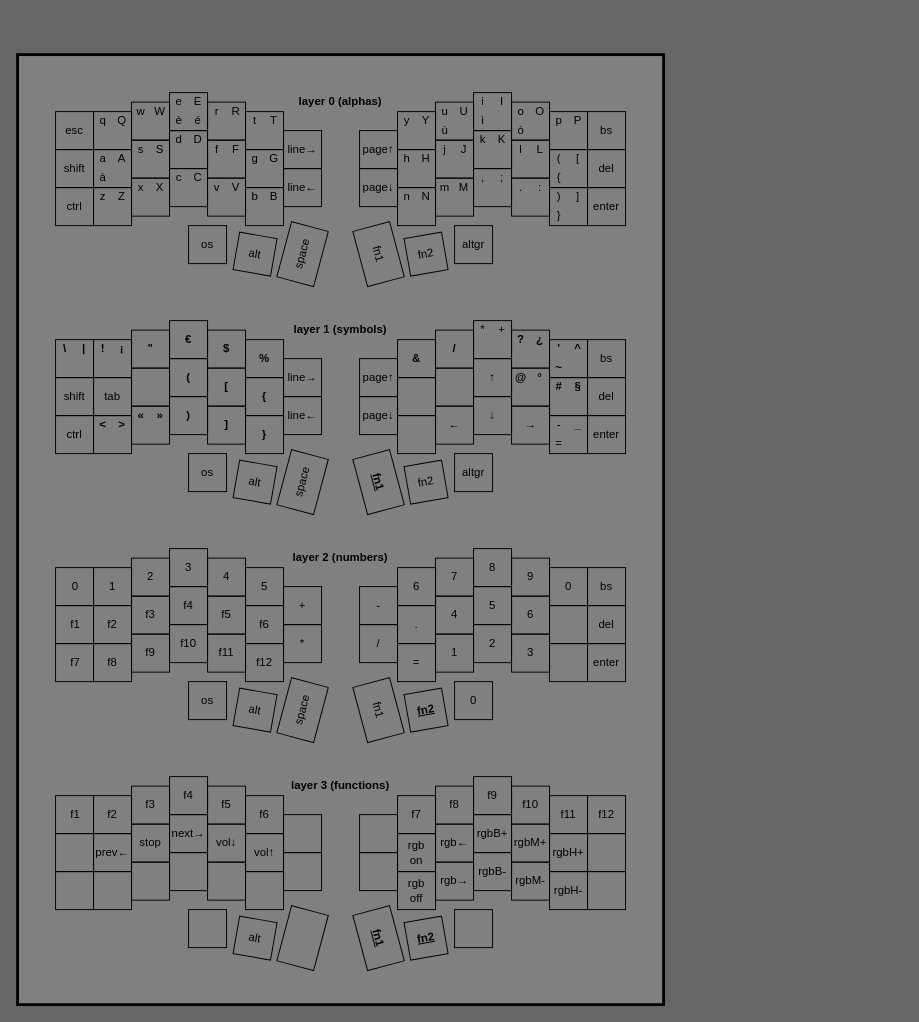
Earlier version of the draw.io diagram imgs/layouts.dio (dellarosciagiorgio/crkbd). Source tidied: cells renumbered, new cells numbered last; positions are measured from the earlier drawing's top-left corner, leaving out a move shared by most shapes. Both pictures are drawn from the tidied source at 95%, with x=0, y=0 at pixel (17, 16).
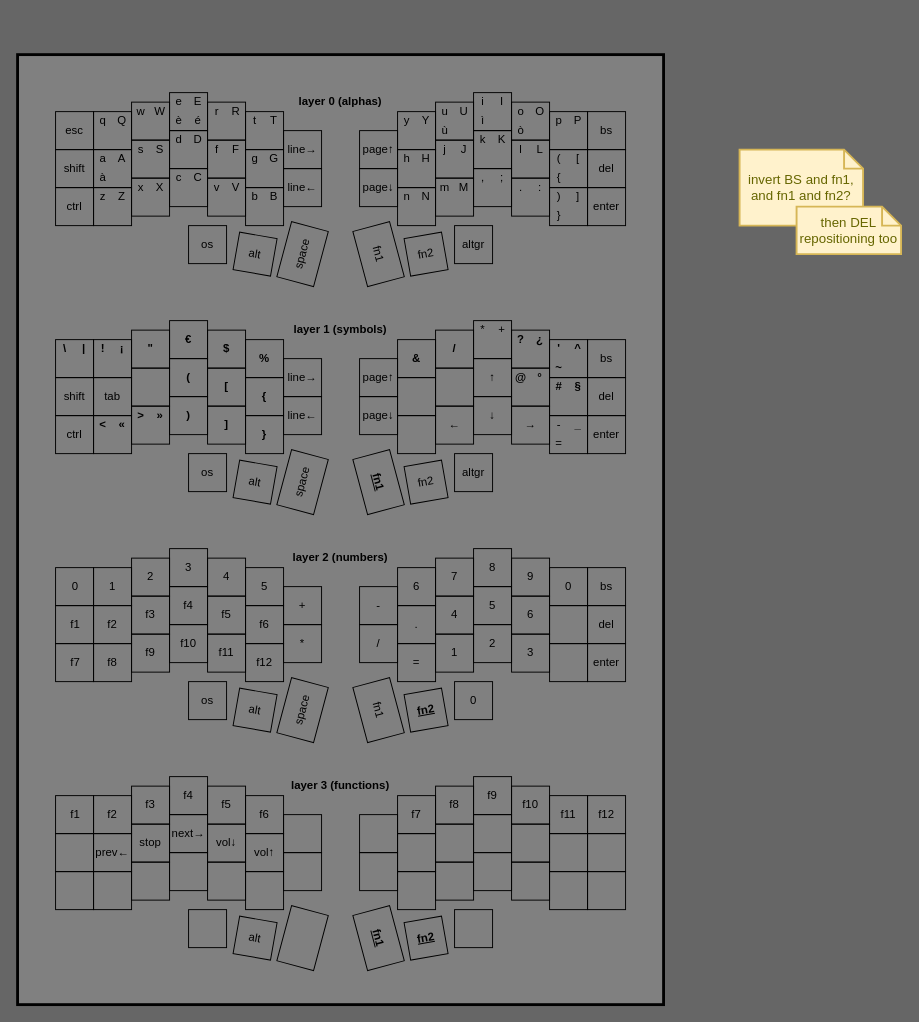
The same page after the edit.

The change refers to these unchanged cells:
```xml
<mxCell id="2" style="group;" parent="1" vertex="1">
  <mxGeometry width="680" height="1040" as="geometry" />
</mxCell>
```

Change to the diagram source:
```diff
@@
     <mxCell id="194" value="&amp;gt;" style="text;html=1;strokeColor=none;fillColor=none;align=center;verticalAlign=middle;whiteSpace=wrap;rounded=0;strokeWidth=1;fontFamily=Cascadia Code;fontColor=#000000;fontStyle=1;" parent="2" vertex="1">
-      <mxGeometry x="100" y="420" width="20" height="20" as="geometry" />
+      <mxGeometry x="120" y="410" width="20" height="20" as="geometry" />
     </mxCell>
@@
     <mxCell id="358" value="«" style="text;html=1;strokeColor=none;fillColor=none;align=center;verticalAlign=middle;whiteSpace=wrap;rounded=0;strokeWidth=1;fontFamily=Cascadia Code;fontColor=#000000;fontStyle=1;" parent="2" vertex="1">
-      <mxGeometry x="120" y="410" width="20" height="20" as="geometry" />
+      <mxGeometry x="100" y="420" width="20" height="20" as="geometry" />
     </mxCell>
@@
-    <mxCell id="388" value="rgbM+" style="text;html=1;strokeColor=none;fillColor=none;align=center;verticalAlign=middle;whiteSpace=wrap;rounded=0;strokeWidth=1;fontFamily=Cascadia Code;fontColor=#000000;" parent="2" vertex="1">
-      <mxGeometry x="530" y="860" width="20" height="20" as="geometry" />
-    </mxCell>
-    <mxCell id="389" value="rgbM-" style="text;html=1;strokeColor=none;fillColor=none;align=center;verticalAlign=middle;whiteSpace=wrap;rounded=0;strokeWidth=1;fontFamily=Cascadia Code;fontColor=#000000;" parent="2" vertex="1">
-      <mxGeometry x="530" y="900" width="20" height="20" as="geometry" />
-    </mxCell>
-    <mxCell id="390" value="rgbH+" style="text;html=1;strokeColor=none;fillColor=none;align=center;verticalAlign=middle;whiteSpace=wrap;rounded=0;strokeWidth=1;fontFamily=Cascadia Code;fontColor=#000000;" parent="2" vertex="1">
-      <mxGeometry x="570" y="870" width="20" height="20" as="geometry" />
-    </mxCell>
-    <mxCell id="391" value="rgbH-" style="text;html=1;strokeColor=none;fillColor=none;align=center;verticalAlign=middle;whiteSpace=wrap;rounded=0;strokeWidth=1;fontFamily=Cascadia Code;fontColor=#000000;" parent="2" vertex="1">
-      <mxGeometry x="570" y="910" width="20" height="20" as="geometry" />
-    </mxCell>
-    <mxCell id="392" value="rgbB+" style="text;html=1;strokeColor=none;fillColor=none;align=center;verticalAlign=middle;whiteSpace=wrap;rounded=0;strokeWidth=1;fontFamily=Cascadia Code;fontColor=#000000;" parent="2" vertex="1">
-      <mxGeometry x="490" y="850" width="20" height="20" as="geometry" />
-    </mxCell>
-    <mxCell id="393" value="rgbB-" style="text;html=1;strokeColor=none;fillColor=none;align=center;verticalAlign=middle;whiteSpace=wrap;rounded=0;strokeWidth=1;fontFamily=Cascadia Code;fontColor=#000000;" parent="2" vertex="1">
-      <mxGeometry x="490" y="890" width="20" height="20" as="geometry" />
-    </mxCell>
-    <mxCell id="394" value="rgb←" style="text;html=1;strokeColor=none;fillColor=none;align=center;verticalAlign=middle;whiteSpace=wrap;rounded=0;strokeWidth=1;fontFamily=Cascadia Code;fontColor=#000000;" parent="2" vertex="1">
-      <mxGeometry x="450" y="860" width="20" height="20" as="geometry" />
-    </mxCell>
-    <mxCell id="395" value="rgb→" style="text;html=1;strokeColor=none;fillColor=none;align=center;verticalAlign=middle;whiteSpace=wrap;rounded=0;strokeWidth=1;fontFamily=Cascadia Code;fontColor=#000000;" parent="2" vertex="1">
-      <mxGeometry x="450" y="900" width="20" height="20" as="geometry" />
-    </mxCell>
-    <mxCell id="396" value="rgb&lt;br&gt;on" style="text;html=1;strokeColor=none;fillColor=none;align=center;verticalAlign=middle;whiteSpace=wrap;rounded=0;strokeWidth=1;fontFamily=Cascadia Code;fontColor=#000000;" parent="2" vertex="1">
-      <mxGeometry x="410" y="870" width="20" height="20" as="geometry" />
-    </mxCell>
-    <mxCell id="397" value="rgb&lt;br&gt;off" style="text;html=1;strokeColor=none;fillColor=none;align=center;verticalAlign=middle;whiteSpace=wrap;rounded=0;strokeWidth=1;fontFamily=Cascadia Code;fontColor=#000000;" parent="2" vertex="1">
-      <mxGeometry x="410" y="910" width="20" height="20" as="geometry" />
-    </mxCell>
@@
+    <mxCell id="404" value="invert BS and fn1, and fn1 and fn2?" style="shape=note;strokeWidth=2;fontSize=14;size=20;whiteSpace=wrap;html=1;fillColor=#fff2cc;strokeColor=#d6b656;fontColor=#666600;" parent="1" vertex="1">
+      <mxGeometry x="760" y="140" width="130" height="80" as="geometry" />
+    </mxCell>
+    <mxCell id="405" value="&lt;div style=&quot;&quot;&gt;&lt;span style=&quot;background-color: transparent;&quot;&gt;then DEL repositioning too&lt;/span&gt;&lt;/div&gt;" style="shape=note;strokeWidth=2;fontSize=14;size=20;whiteSpace=wrap;html=1;fillColor=#fff2cc;strokeColor=#d6b656;fontColor=#666600;align=center;" parent="1" vertex="1">
+      <mxGeometry x="820" y="200" width="110" height="50" as="geometry" />
+    </mxCell>
```
